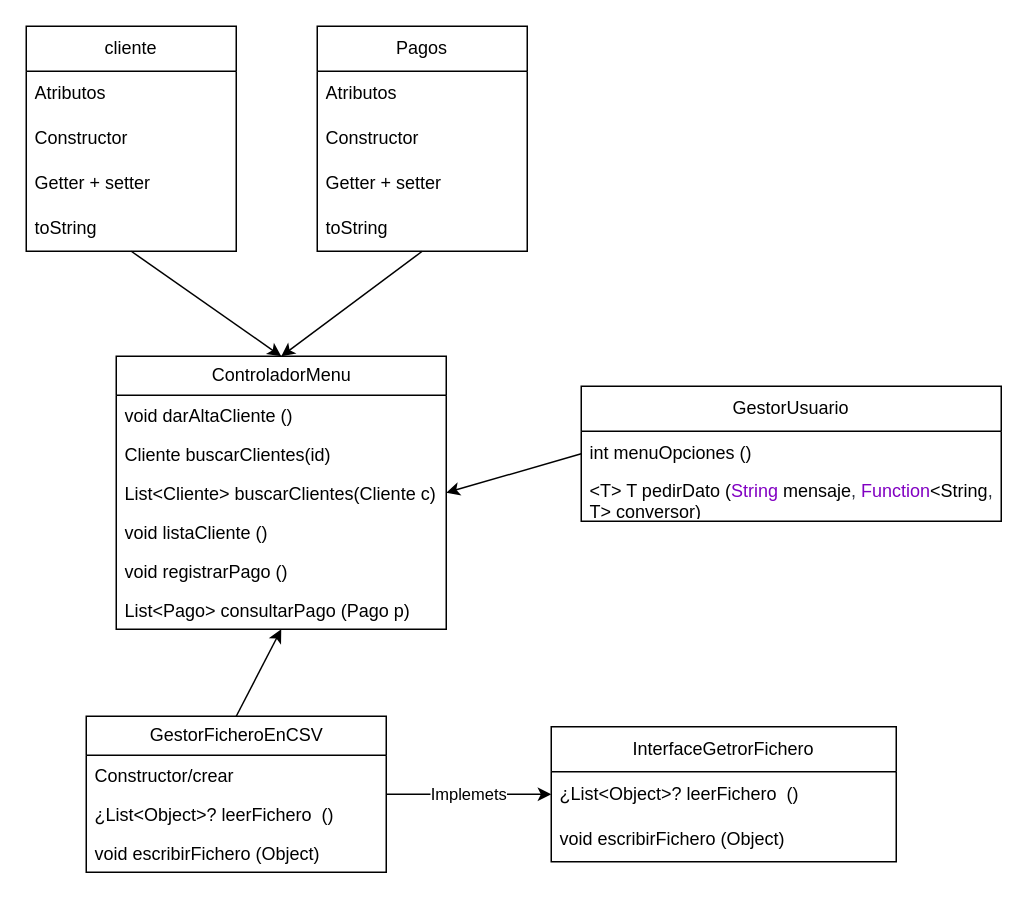
The draw.io diagram DiagramaClaseV2.drawio in Isienov08/AD, before the edit. Source tidied: cells renumbered, new cells numbered last; positions are measured from the earlier drawing's top-left corner, leaving out a move shared by most shapes. Both pictures are drawn from the tidied source at 150%, with x=0, y=0 at pixel (26, 26).
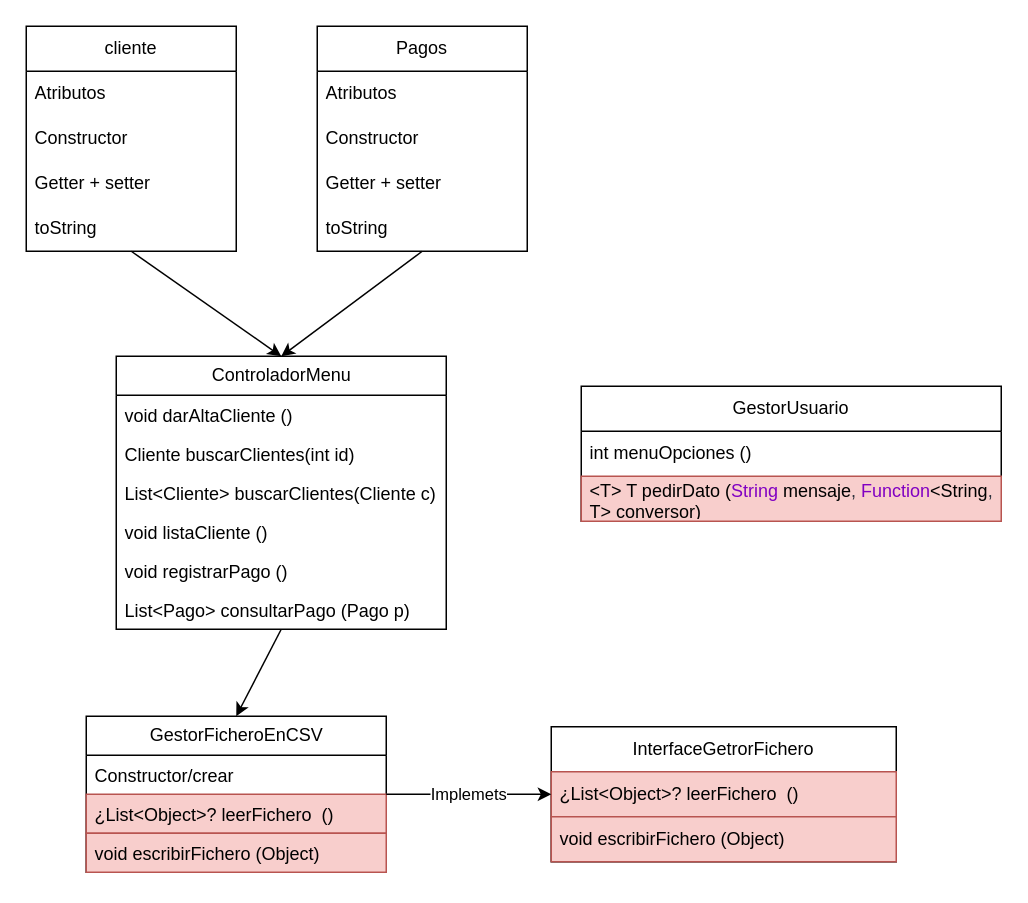
The same page after the edit.

Commit message (it also covers changes not shown here):
Añadida practica gasolinera V2.2 y diagrama de clases V2

The change refers to these unchanged cells:
```xml
<mxCell id="12" value="GestorFicheroEnCSV" style="swimlane;fontStyle=0;horizontal=1;startSize=26;fillColor=none;html=1;" parent="1" vertex="1">
  <mxGeometry x="40" y="460" width="200" height="104" as="geometry" />
</mxCell>
<mxCell id="16" value="ControladorMenu" style="swimlane;fontStyle=0;horizontal=1;startSize=26;fillColor=none;html=1;" parent="1" vertex="1">
  <mxGeometry x="60" y="220" width="220" height="182" as="geometry" />
</mxCell>
<mxCell id="26" value="GestorUsuario" style="swimlane;fontStyle=0;horizontal=1;startSize=30;whiteSpace=wrap;html=1;" parent="1" vertex="1">
  <mxGeometry x="370" y="240" width="280" height="90" as="geometry" />
</mxCell>
<mxCell id="29" value="InterfaceGetrorFichero" style="swimlane;fontStyle=0;horizontal=1;startSize=30;whiteSpace=wrap;html=1;" parent="1" vertex="1">
  <mxGeometry x="350" y="467" width="230" height="90" as="geometry" />
</mxCell>
```

The edit, as a diff of the source:
```diff
@@
-    <mxCell id="14" value="¿List&amp;lt;Object&amp;gt;? leerFichero&amp;nbsp; ()" style="text;strokeColor=none;fillColor=none;align=left;verticalAlign=top;spacingLeft=4;spacingRight=4;overflow=hidden;whiteSpace=wrap;html=1;" parent="12" vertex="1">
+    <mxCell id="14" value="¿List&amp;lt;Object&amp;gt;? leerFichero&amp;nbsp; ()" style="text;strokeColor=#b85450;fillColor=#f8cecc;align=left;verticalAlign=top;spacingLeft=4;spacingRight=4;overflow=hidden;whiteSpace=wrap;html=1;" parent="12" vertex="1">
       <mxGeometry y="52" width="200" height="26" as="geometry" />
     </mxCell>
-    <mxCell id="15" value="void escribirFichero (Object)" style="text;strokeColor=none;fillColor=none;align=left;verticalAlign=top;spacingLeft=4;spacingRight=4;overflow=hidden;whiteSpace=wrap;html=1;" parent="12" vertex="1">
+    <mxCell id="15" value="void escribirFichero (Object)" style="text;strokeColor=#b85450;fillColor=#f8cecc;align=left;verticalAlign=top;spacingLeft=4;spacingRight=4;overflow=hidden;whiteSpace=wrap;html=1;" parent="12" vertex="1">
       <mxGeometry y="78" width="200" height="26" as="geometry" />
     </mxCell>
@@
-    <mxCell id="18" value="Cliente buscarClientes(id)" style="text;strokeColor=none;fillColor=none;align=left;verticalAlign=top;spacingLeft=4;spacingRight=4;overflow=hidden;whiteSpace=wrap;html=1;" parent="16" vertex="1">
+    <mxCell id="18" value="Cliente buscarClientes(int id)" style="text;strokeColor=none;fillColor=none;align=left;verticalAlign=top;spacingLeft=4;spacingRight=4;overflow=hidden;whiteSpace=wrap;html=1;" parent="16" vertex="1">
       <mxGeometry y="52" width="220" height="26" as="geometry" />
     </mxCell>
@@
-    <mxCell id="25" style="endArrow=classic;html=1;rounded=0;exitX=0.5;exitY=0;exitDx=0;exitDy=0;entryX=0.5;entryY=1;entryDx=0;entryDy=0;" parent="1" edge="1" source="12" target="16">
+    <mxCell id="25" style="endArrow=classic;html=1;rounded=0;exitX=0.5;exitY=1;exitDx=0;exitDy=0;entryX=0.5;entryY=0;entryDx=0;entryDy=0;" parent="1" edge="1" source="16" target="12">
       <mxGeometry relative="1" as="geometry" />
     </mxCell>
@@
-    <mxCell id="28" value="&amp;lt;T&amp;gt; T pedirDato (&lt;span style=&quot;color: rgb(129, 0, 194);&quot;&gt;String&lt;/span&gt; mensaje&lt;span style=&quot;color: rgb(43, 48, 59);&quot;&gt;,&lt;/span&gt; &lt;span style=&quot;color: rgb(129, 0, 194);&quot;&gt;Function&lt;/span&gt;&amp;lt;String&lt;span style=&quot;color: rgb(43, 48, 59);&quot;&gt;,&lt;/span&gt; T&amp;gt; conversor)" style="text;strokeColor=none;fillColor=none;align=left;verticalAlign=middle;spacingLeft=4;spacingRight=4;overflow=hidden;whiteSpace=wrap;html=1;" parent="26" vertex="1">
+    <mxCell id="28" value="&amp;lt;T&amp;gt; T pedirDato (&lt;span style=&quot;color: rgb(129, 0, 194);&quot;&gt;String&lt;/span&gt; mensaje&lt;span style=&quot;color: rgb(43, 48, 59);&quot;&gt;,&lt;/span&gt; &lt;span style=&quot;color: rgb(129, 0, 194);&quot;&gt;Function&lt;/span&gt;&amp;lt;String&lt;span style=&quot;color: rgb(43, 48, 59);&quot;&gt;,&lt;/span&gt; T&amp;gt; conversor)" style="text;strokeColor=#b85450;fillColor=#f8cecc;align=left;verticalAlign=middle;spacingLeft=4;spacingRight=4;overflow=hidden;whiteSpace=wrap;html=1;" parent="26" vertex="1">
       <mxGeometry y="60" width="280" height="30" as="geometry" />
     </mxCell>
@@
-    <mxCell id="30" value="¿List&amp;lt;Object&amp;gt;? leerFichero&amp;nbsp; ()" style="text;strokeColor=none;fillColor=none;align=left;verticalAlign=middle;spacingLeft=4;spacingRight=4;overflow=hidden;whiteSpace=wrap;html=1;" parent="29" vertex="1">
+    <mxCell id="30" value="¿List&amp;lt;Object&amp;gt;? leerFichero&amp;nbsp; ()" style="text;strokeColor=#b85450;fillColor=#f8cecc;align=left;verticalAlign=middle;spacingLeft=4;spacingRight=4;overflow=hidden;whiteSpace=wrap;html=1;" parent="29" vertex="1">
       <mxGeometry y="30" width="230" height="30" as="geometry" />
     </mxCell>
-    <mxCell id="31" value="void escribirFichero (Object)" style="text;strokeColor=none;fillColor=none;align=left;verticalAlign=middle;spacingLeft=4;spacingRight=4;overflow=hidden;whiteSpace=wrap;html=1;" parent="29" vertex="1">
+    <mxCell id="31" value="void escribirFichero (Object)" style="text;strokeColor=#b85450;fillColor=#f8cecc;align=left;verticalAlign=middle;spacingLeft=4;spacingRight=4;overflow=hidden;whiteSpace=wrap;html=1;" parent="29" vertex="1">
       <mxGeometry y="60" width="230" height="30" as="geometry" />
     </mxCell>
@@
-    <mxCell id="35" style="endArrow=classic;html=1;rounded=0;exitX=0;exitY=0.5;exitDx=0;exitDy=0;entryX=1;entryY=0.5;entryDx=0;entryDy=0;" parent="1" edge="1" source="26" target="16">
-      <mxGeometry relative="1" as="geometry" />
-    </mxCell>
```
